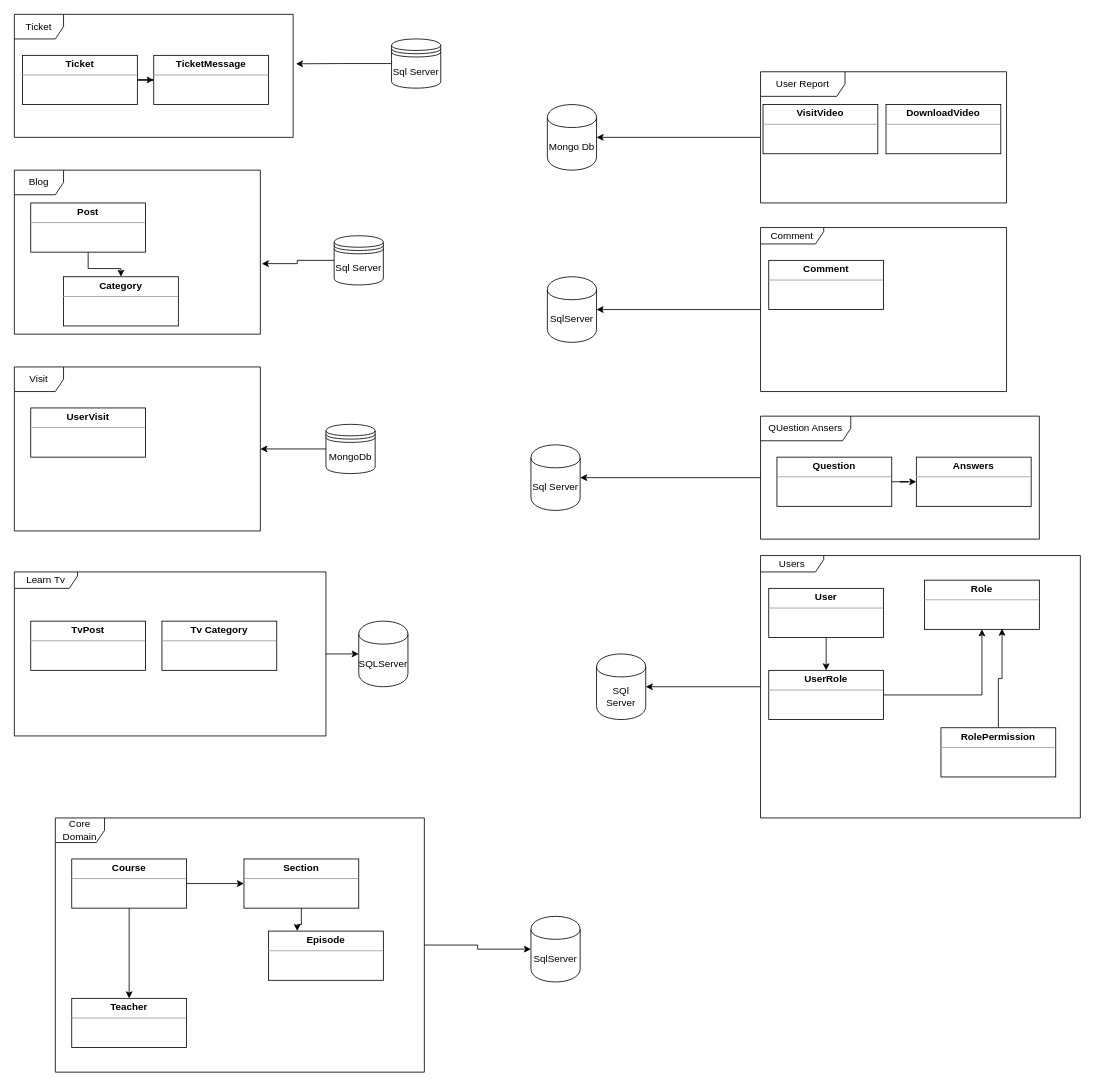
The draw.io diagram docs/ClassDiagram.drawio in mohammad-ashrafi2020/DigiLearn, before the edit. Source tidied: cells renumbered, new cells numbered last; positions are measured from the earlier drawing's top-left corner, leaving out a move shared by most shapes. Both pictures are drawn from the tidied source at 82%, with x=0, y=0 at pixel (14, 14).
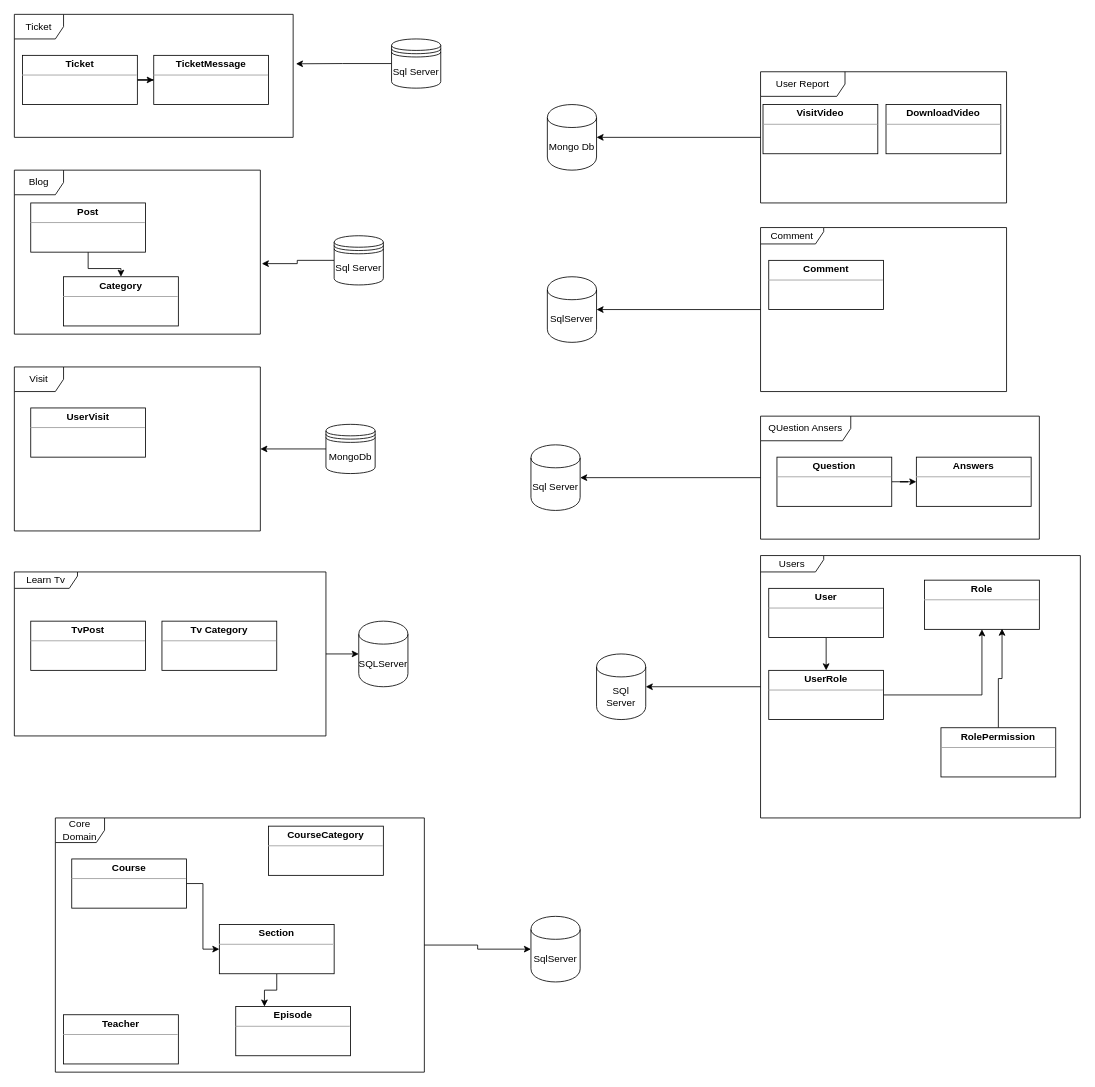
The same diagram, later.

The change refers to these unchanged cells:
```xml
<mxCell id="53" value="&lt;p style=&quot;margin: 0px ; margin-top: 4px ; text-align: center&quot;&gt;&lt;b&gt;Course&lt;/b&gt;&lt;/p&gt;&lt;hr size=&quot;1&quot;&gt;&lt;div style=&quot;height: 2px&quot;&gt;&lt;/div&gt;" style="verticalAlign=top;align=left;overflow=fill;fontSize=12;fontFamily=Helvetica;html=1;" parent="1" vertex="1">
  <mxGeometry x="70" y="1030" width="140" height="60" as="geometry" />
</mxCell>
```

The edit, as a diff of the source:
```diff
@@
-    <mxCell id="52" style="edgeStyle=orthogonalEdgeStyle;rounded=0;jettySize=auto;html=1;entryX=0.5;entryY=0;entryDx=0;entryDy=0;" parent="1" edge="1" source="53" target="57">
-      <mxGeometry relative="1" as="geometry" />
-    </mxCell>
@@
     <mxCell id="55" value="&lt;p style=&quot;margin: 0px ; margin-top: 4px ; text-align: center&quot;&gt;&lt;b&gt;Section&lt;/b&gt;&lt;/p&gt;&lt;hr size=&quot;1&quot;&gt;&lt;div style=&quot;height: 2px&quot;&gt;&lt;/div&gt;" style="verticalAlign=top;align=left;overflow=fill;fontSize=12;fontFamily=Helvetica;html=1;" parent="1" vertex="1">
-      <mxGeometry x="280" y="1030" width="140" height="60" as="geometry" />
+      <mxGeometry x="250" y="1110" width="140" height="60" as="geometry" />
     </mxCell>
     <mxCell id="56" value="&lt;p style=&quot;margin: 0px ; margin-top: 4px ; text-align: center&quot;&gt;&lt;b&gt;Episode&lt;/b&gt;&lt;/p&gt;&lt;hr size=&quot;1&quot;&gt;&lt;div style=&quot;height: 2px&quot;&gt;&lt;/div&gt;" style="verticalAlign=top;align=left;overflow=fill;fontSize=12;fontFamily=Helvetica;html=1;" parent="1" vertex="1">
-      <mxGeometry x="310" y="1118" width="140" height="60" as="geometry" />
+      <mxGeometry x="270" y="1210" width="140" height="60" as="geometry" />
     </mxCell>
     <mxCell id="57" value="&lt;p style=&quot;margin: 0px ; margin-top: 4px ; text-align: center&quot;&gt;&lt;b&gt;Teacher&lt;/b&gt;&lt;/p&gt;&lt;hr size=&quot;1&quot;&gt;&lt;div style=&quot;height: 2px&quot;&gt;&lt;/div&gt;" style="verticalAlign=top;align=left;overflow=fill;fontSize=12;fontFamily=Helvetica;html=1;" parent="1" vertex="1">
-      <mxGeometry x="70" y="1200" width="140" height="60" as="geometry" />
+      <mxGeometry x="60" y="1220" width="140" height="60" as="geometry" />
     </mxCell>
@@
+    <mxCell id="59" value="&lt;p style=&quot;margin: 0px ; margin-top: 4px ; text-align: center&quot;&gt;&lt;b&gt;CourseCategory&lt;/b&gt;&lt;/p&gt;&lt;hr size=&quot;1&quot;&gt;&lt;div style=&quot;height: 2px&quot;&gt;&lt;/div&gt;" style="verticalAlign=top;align=left;overflow=fill;fontSize=12;fontFamily=Helvetica;html=1;" parent="1" vertex="1">
+      <mxGeometry x="310" y="990" width="140" height="60" as="geometry" />
+    </mxCell>
```
